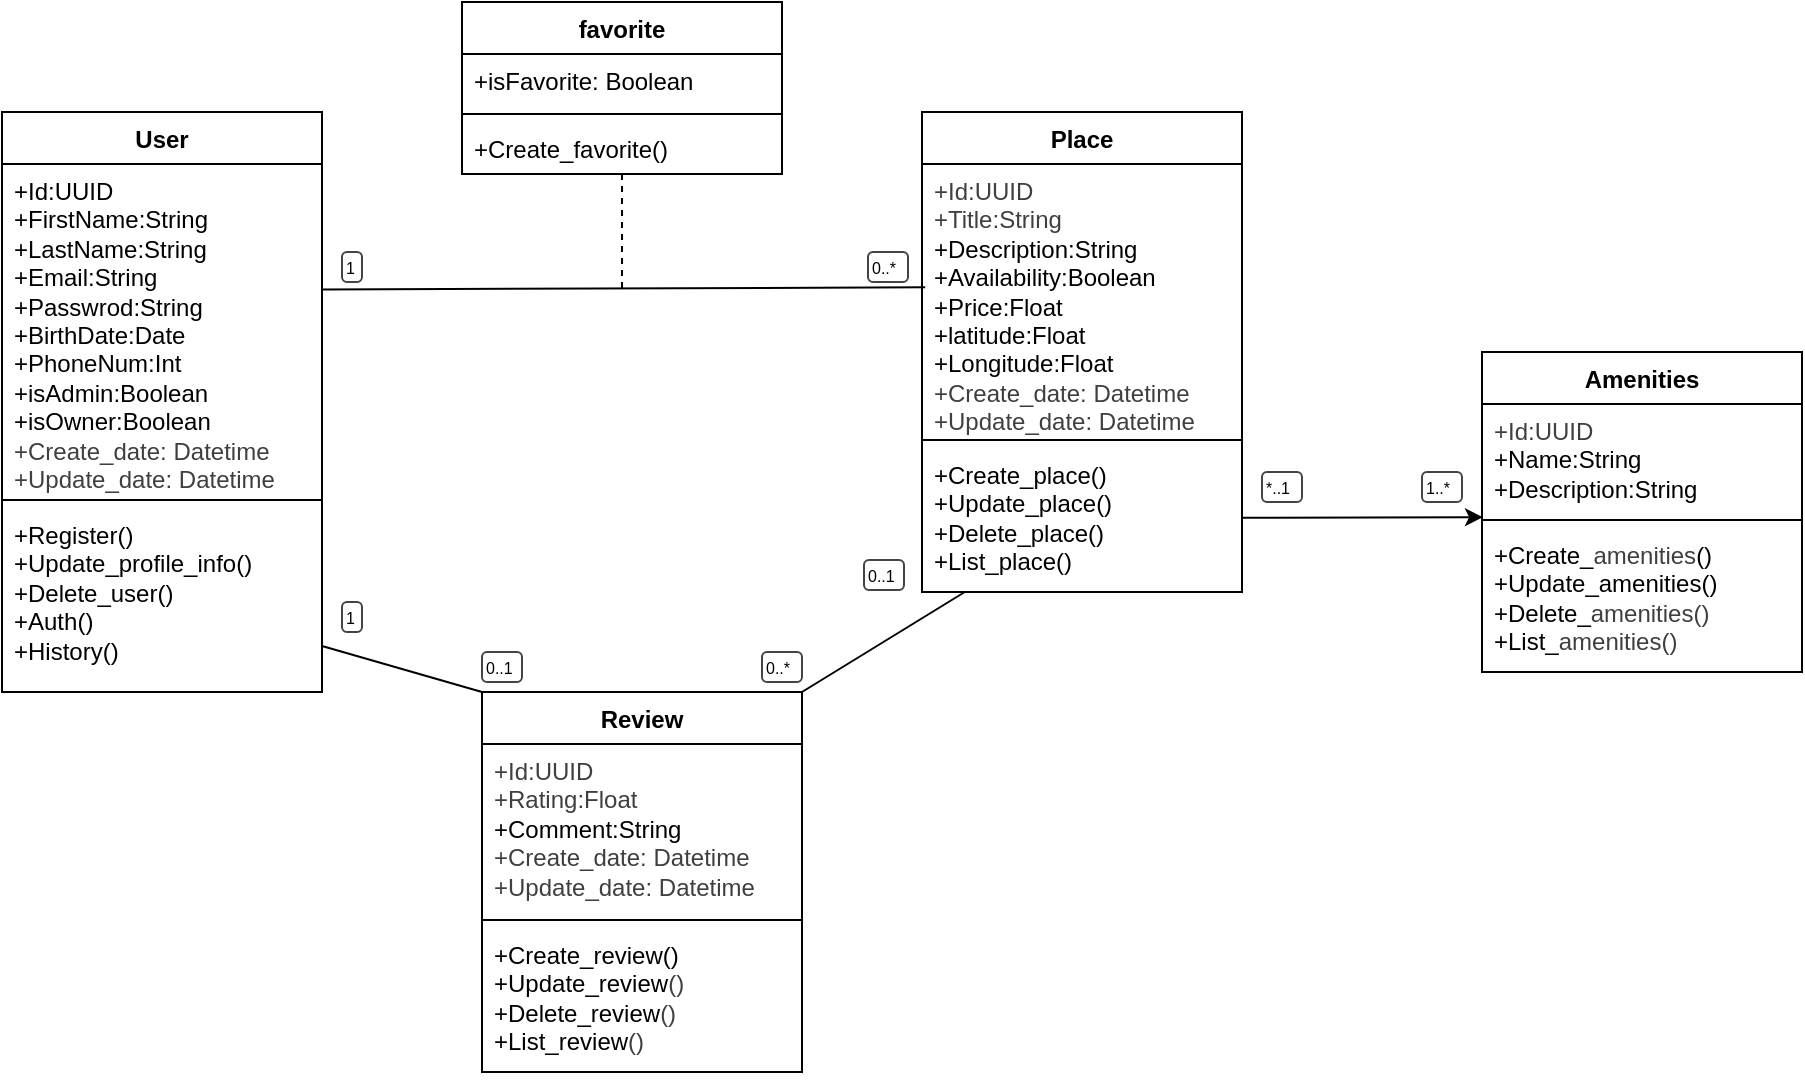
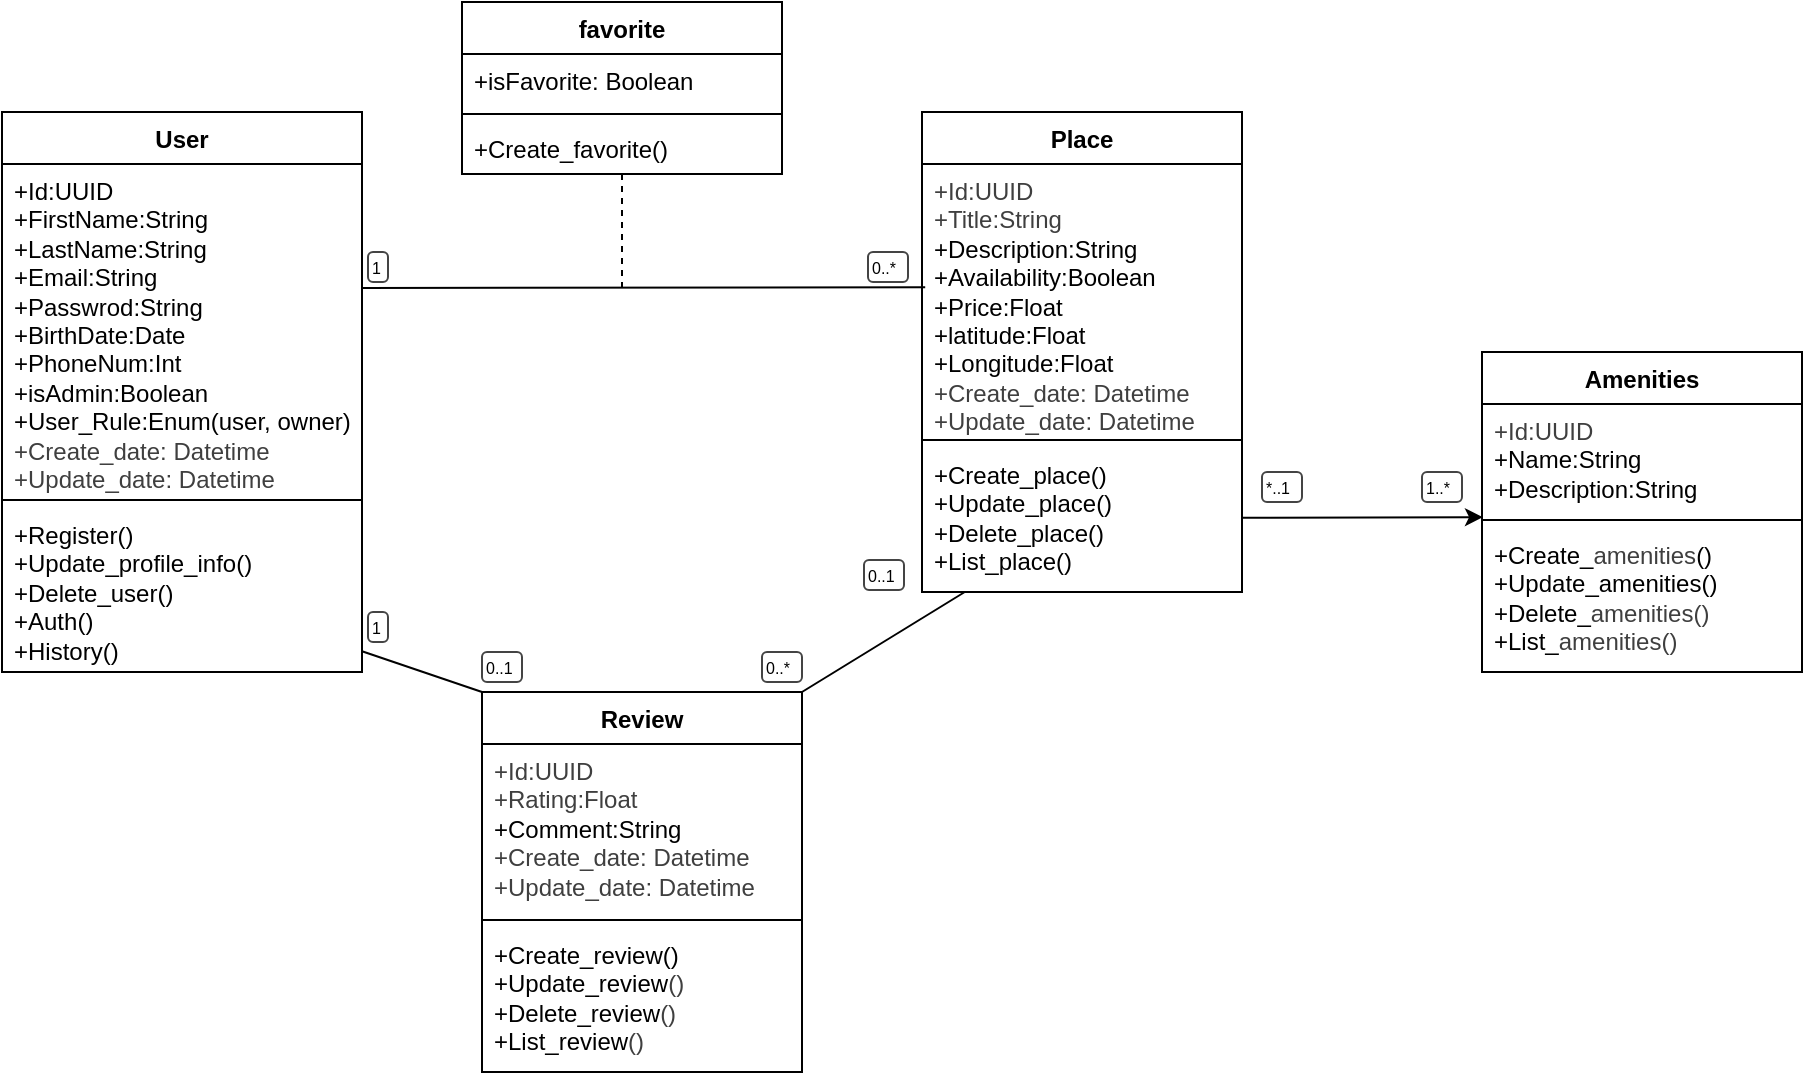
<mxfile host="65bd71144e">
    <diagram id="kGqgn09AhobOn8fxU5_M" name="Page-1">
-         <mxGraphModel dx="1063" dy="751" grid="1" gridSize="10" guides="1" tooltips="1" connect="1" arrows="1" fold="1" page="1" pageScale="1" pageWidth="850" pageHeight="1100" background="#FFFFFF" math="0" shadow="0">
+         <mxGraphModel dx="531" dy="375" grid="1" gridSize="10" guides="1" tooltips="1" connect="1" arrows="1" fold="1" page="1" pageScale="1" pageWidth="850" pageHeight="1100" background="#FFFFFF" math="0" shadow="0">
            <root>
                <mxCell id="0"/>
                <mxCell id="1" parent="0"/>
                <mxCell id="2" value="User" style="swimlane;fontStyle=1;align=center;verticalAlign=top;childLayout=stackLayout;horizontal=1;startSize=26;horizontalStack=0;resizeParent=1;resizeParentMax=0;resizeLast=0;collapsible=1;marginBottom=0;whiteSpace=wrap;html=1;" parent="1" vertex="1">
-                     <mxGeometry x="425" y="338" width="160" height="290" as="geometry"/>
+                     <mxGeometry x="425" y="338" width="180" height="280" as="geometry"/>
                </mxCell>
-                 <mxCell id="3" value="&lt;div&gt;+Id:UUID&lt;/div&gt;&lt;div&gt;&lt;span style=&quot;background-color: transparent;&quot;&gt;+FirstName:String&lt;/span&gt;&lt;/div&gt;&lt;div&gt;&lt;span style=&quot;color: rgb(0, 0, 0);&quot;&gt;+LastName:String&lt;/span&gt;&lt;/div&gt;&lt;div&gt;&lt;span style=&quot;color: rgb(0, 0, 0);&quot;&gt;+Email:String&lt;/span&gt;&lt;span style=&quot;color: rgb(0, 0, 0);&quot;&gt;&lt;/span&gt;&lt;/div&gt;&lt;div&gt;&lt;span style=&quot;color: rgb(0, 0, 0);&quot;&gt;+Passwrod:String&lt;/span&gt;&lt;/div&gt;&lt;div&gt;&lt;span style=&quot;color: rgb(0, 0, 0);&quot;&gt;+BirthDate:Date&lt;/span&gt;&lt;/div&gt;&lt;div&gt;&lt;span style=&quot;color: rgb(0, 0, 0);&quot;&gt;+PhoneNum:Int&lt;/span&gt;&lt;/div&gt;&lt;div&gt;&lt;font color=&quot;#000000&quot;&gt;+isAdmin:Boolean&lt;/font&gt;&lt;/div&gt;&lt;div&gt;&lt;font color=&quot;#000000&quot;&gt;+isOwner:Boolean&lt;/font&gt;&lt;/div&gt;&lt;div&gt;&lt;font color=&quot;#000000&quot;&gt;&lt;div style=&quot;scrollbar-color: rgb(226, 226, 226) rgb(251, 251, 251); color: rgb(63, 63, 63);&quot;&gt;&lt;font style=&quot;color: rgb(63, 63, 63); scrollbar-color: rgb(226, 226, 226) rgb(251, 251, 251);&quot;&gt;+Create_date: Datetime&lt;/font&gt;&lt;/div&gt;&lt;div style=&quot;scrollbar-color: rgb(226, 226, 226) rgb(251, 251, 251); color: rgb(63, 63, 63);&quot;&gt;&lt;font style=&quot;color: rgb(63, 63, 63); scrollbar-color: rgb(226, 226, 226) rgb(251, 251, 251);&quot;&gt;+Update_date: Datetime&lt;/font&gt;&lt;/div&gt;&lt;/font&gt;&lt;/div&gt;" style="text;strokeColor=none;fillColor=none;align=left;verticalAlign=top;spacingLeft=4;spacingRight=4;overflow=hidden;rotatable=0;points=[[0,0.5],[1,0.5]];portConstraint=eastwest;whiteSpace=wrap;html=1;" parent="2" vertex="1">
-                     <mxGeometry y="26" width="160" height="164" as="geometry"/>
+                 <mxCell id="3" value="&lt;div&gt;+Id:UUID&lt;/div&gt;&lt;div&gt;&lt;span style=&quot;background-color: transparent;&quot;&gt;+FirstName:String&lt;/span&gt;&lt;/div&gt;&lt;div&gt;&lt;span style=&quot;color: rgb(0, 0, 0);&quot;&gt;+LastName:String&lt;/span&gt;&lt;/div&gt;&lt;div&gt;&lt;span style=&quot;color: rgb(0, 0, 0);&quot;&gt;+Email:String&lt;/span&gt;&lt;span style=&quot;color: rgb(0, 0, 0);&quot;&gt;&lt;/span&gt;&lt;/div&gt;&lt;div&gt;&lt;span style=&quot;color: rgb(0, 0, 0);&quot;&gt;+Passwrod:String&lt;/span&gt;&lt;/div&gt;&lt;div&gt;&lt;span style=&quot;color: rgb(0, 0, 0);&quot;&gt;+BirthDate:Date&lt;/span&gt;&lt;/div&gt;&lt;div&gt;&lt;span style=&quot;color: rgb(0, 0, 0);&quot;&gt;+PhoneNum:Int&lt;/span&gt;&lt;/div&gt;&lt;div&gt;&lt;font color=&quot;#000000&quot;&gt;+isAdmin:Boolean&lt;/font&gt;&lt;/div&gt;&lt;div&gt;&lt;font color=&quot;#000000&quot;&gt;+User_Rule:Enum(user, owner)&lt;/font&gt;&lt;/div&gt;&lt;div&gt;&lt;font color=&quot;#000000&quot;&gt;&lt;div style=&quot;scrollbar-color: rgb(226, 226, 226) rgb(251, 251, 251); color: rgb(63, 63, 63);&quot;&gt;&lt;font style=&quot;color: rgb(63, 63, 63); scrollbar-color: rgb(226, 226, 226) rgb(251, 251, 251);&quot;&gt;+Create_date: Datetime&lt;/font&gt;&lt;/div&gt;&lt;div style=&quot;scrollbar-color: rgb(226, 226, 226) rgb(251, 251, 251); color: rgb(63, 63, 63);&quot;&gt;&lt;font style=&quot;color: rgb(63, 63, 63); scrollbar-color: rgb(226, 226, 226) rgb(251, 251, 251);&quot;&gt;+Update_date: Datetime&lt;/font&gt;&lt;/div&gt;&lt;/font&gt;&lt;/div&gt;" style="text;strokeColor=none;fillColor=none;align=left;verticalAlign=top;spacingLeft=4;spacingRight=4;overflow=hidden;rotatable=0;points=[[0,0.5],[1,0.5]];portConstraint=eastwest;whiteSpace=wrap;html=1;" parent="2" vertex="1">
+                     <mxGeometry y="26" width="180" height="164" as="geometry"/>
                </mxCell>
                <mxCell id="4" value="" style="line;strokeWidth=1;fillColor=none;align=left;verticalAlign=middle;spacingTop=-1;spacingLeft=3;spacingRight=3;rotatable=0;labelPosition=right;points=[];portConstraint=eastwest;strokeColor=inherit;" parent="2" vertex="1">
-                     <mxGeometry y="190" width="160" height="8" as="geometry"/>
+                     <mxGeometry y="190" width="180" height="8" as="geometry"/>
                </mxCell>
                <mxCell id="5" value="+Register()&lt;div&gt;&lt;div&gt;&lt;div&gt;+Update_profile_info()&lt;/div&gt;&lt;div&gt;+Delete_user()&lt;/div&gt;&lt;div&gt;+Auth()&lt;/div&gt;&lt;div&gt;+History()&lt;/div&gt;&lt;/div&gt;&lt;/div&gt;" style="text;strokeColor=none;fillColor=none;align=left;verticalAlign=top;spacingLeft=4;spacingRight=4;overflow=hidden;rotatable=0;points=[[0,0.5],[1,0.5]];portConstraint=eastwest;whiteSpace=wrap;html=1;" parent="2" vertex="1">
-                     <mxGeometry y="198" width="160" height="92" as="geometry"/>
+                     <mxGeometry y="198" width="180" height="82" as="geometry"/>
                </mxCell>
                <mxCell id="6" value="Place" style="swimlane;fontStyle=1;align=center;verticalAlign=top;childLayout=stackLayout;horizontal=1;startSize=26;horizontalStack=0;resizeParent=1;resizeParentMax=0;resizeLast=0;collapsible=1;marginBottom=0;whiteSpace=wrap;html=1;" parent="1" vertex="1">
                    <mxGeometry x="885" y="338" width="160" height="240" as="geometry"/>
                </mxCell>
                <mxCell id="7" value="&lt;div&gt;&lt;div style=&quot;color: rgb(63, 63, 63); scrollbar-color: rgb(226, 226, 226) rgb(251, 251, 251);&quot;&gt;&lt;div style=&quot;color: rgb(63, 63, 63); scrollbar-color: rgb(226, 226, 226) rgb(251, 251, 251);&quot;&gt;+Id:UUID&lt;/div&gt;&lt;/div&gt;&lt;div style=&quot;color: rgb(63, 63, 63); scrollbar-color: rgb(226, 226, 226) rgb(251, 251, 251);&quot;&gt;&lt;span style=&quot;background-color: transparent;&quot;&gt;+Title:String&lt;/span&gt;&lt;/div&gt;&lt;/div&gt;&lt;div&gt;+Description:String&lt;/div&gt;&lt;div&gt;+Availability:Boolean&lt;/div&gt;&lt;div&gt;+Price:Float&lt;/div&gt;&lt;div&gt;+latitude:Float&lt;/div&gt;&lt;div&gt;+Longitude:Float&lt;/div&gt;&lt;div&gt;&lt;div style=&quot;scrollbar-color: rgb(226, 226, 226) rgb(251, 251, 251); color: rgb(63, 63, 63);&quot;&gt;&lt;font style=&quot;color: rgb(63, 63, 63); scrollbar-color: rgb(226, 226, 226) rgb(251, 251, 251);&quot;&gt;+Create_date: Datetime&lt;/font&gt;&lt;/div&gt;&lt;div style=&quot;scrollbar-color: rgb(226, 226, 226) rgb(251, 251, 251); color: rgb(63, 63, 63);&quot;&gt;&lt;font style=&quot;color: rgb(63, 63, 63); scrollbar-color: rgb(226, 226, 226) rgb(251, 251, 251);&quot;&gt;+Update_date: Datetime&lt;/font&gt;&lt;/div&gt;&lt;/div&gt;" style="text;strokeColor=none;fillColor=none;align=left;verticalAlign=top;spacingLeft=4;spacingRight=4;overflow=hidden;rotatable=0;points=[[0,0.5],[1,0.5]];portConstraint=eastwest;whiteSpace=wrap;html=1;" parent="6" vertex="1">
                    <mxGeometry y="26" width="160" height="134" as="geometry"/>
                </mxCell>
                <mxCell id="8" value="" style="line;strokeWidth=1;fillColor=none;align=left;verticalAlign=middle;spacingTop=-1;spacingLeft=3;spacingRight=3;rotatable=0;labelPosition=right;points=[];portConstraint=eastwest;strokeColor=inherit;" parent="6" vertex="1">
                    <mxGeometry y="160" width="160" height="8" as="geometry"/>
                </mxCell>
                <mxCell id="9" value="+Create_place()&lt;div&gt;+Update_place()&lt;/div&gt;&lt;div&gt;+Delete_place()&lt;/div&gt;&lt;div&gt;+List_place()&lt;/div&gt;" style="text;strokeColor=none;fillColor=none;align=left;verticalAlign=top;spacingLeft=4;spacingRight=4;overflow=hidden;rotatable=0;points=[[0,0.5],[1,0.5]];portConstraint=eastwest;whiteSpace=wrap;html=1;" parent="6" vertex="1">
                    <mxGeometry y="168" width="160" height="72" as="geometry"/>
                </mxCell>
                <mxCell id="10" value="Review" style="swimlane;fontStyle=1;align=center;verticalAlign=top;childLayout=stackLayout;horizontal=1;startSize=26;horizontalStack=0;resizeParent=1;resizeParentMax=0;resizeLast=0;collapsible=1;marginBottom=0;whiteSpace=wrap;html=1;" parent="1" vertex="1">
                    <mxGeometry x="665" y="628" width="160" height="190" as="geometry"/>
                </mxCell>
                <mxCell id="11" value="&lt;div style=&quot;color: rgb(63, 63, 63); scrollbar-color: rgb(226, 226, 226) rgb(251, 251, 251);&quot;&gt;+Id:UUID&lt;/div&gt;&lt;div style=&quot;color: rgb(63, 63, 63); scrollbar-color: rgb(226, 226, 226) rgb(251, 251, 251);&quot;&gt;&lt;span style=&quot;background-color: transparent;&quot;&gt;+Rating:Float&lt;/span&gt;&lt;/div&gt;&lt;div&gt;+Comment:String&lt;/div&gt;&lt;div&gt;&lt;div style=&quot;scrollbar-color: rgb(226, 226, 226) rgb(251, 251, 251); color: rgb(63, 63, 63);&quot;&gt;&lt;font style=&quot;color: rgb(63, 63, 63); scrollbar-color: rgb(226, 226, 226) rgb(251, 251, 251);&quot;&gt;+Create_date: Datetime&lt;/font&gt;&lt;/div&gt;&lt;div style=&quot;scrollbar-color: rgb(226, 226, 226) rgb(251, 251, 251); color: rgb(63, 63, 63);&quot;&gt;&lt;font style=&quot;color: rgb(63, 63, 63); scrollbar-color: rgb(226, 226, 226) rgb(251, 251, 251);&quot;&gt;+Update_date: Datetime&lt;/font&gt;&lt;/div&gt;&lt;/div&gt;" style="text;strokeColor=none;fillColor=none;align=left;verticalAlign=top;spacingLeft=4;spacingRight=4;overflow=hidden;rotatable=0;points=[[0,0.5],[1,0.5]];portConstraint=eastwest;whiteSpace=wrap;html=1;" parent="10" vertex="1">
                    <mxGeometry y="26" width="160" height="84" as="geometry"/>
                </mxCell>
                <mxCell id="12" value="" style="line;strokeWidth=1;fillColor=none;align=left;verticalAlign=middle;spacingTop=-1;spacingLeft=3;spacingRight=3;rotatable=0;labelPosition=right;points=[];portConstraint=eastwest;strokeColor=inherit;" parent="10" vertex="1">
                    <mxGeometry y="110" width="160" height="8" as="geometry"/>
                </mxCell>
                <mxCell id="13" value="+Create_review()&lt;div&gt;+Update_&lt;span style=&quot;color: rgb(0, 0, 0); background-color: transparent;&quot;&gt;review&lt;/span&gt;&lt;span style=&quot;color: rgb(63, 63, 63); background-color: transparent;&quot;&gt;()&lt;/span&gt;&lt;/div&gt;&lt;div&gt;+Delete_&lt;span style=&quot;color: rgb(0, 0, 0); background-color: transparent;&quot;&gt;review&lt;/span&gt;&lt;span style=&quot;color: rgb(63, 63, 63); background-color: transparent;&quot;&gt;()&lt;/span&gt;&lt;/div&gt;&lt;div&gt;+List_&lt;span style=&quot;color: rgb(0, 0, 0); background-color: transparent;&quot;&gt;review&lt;/span&gt;&lt;span style=&quot;color: rgb(63, 63, 63); background-color: transparent;&quot;&gt;()&lt;/span&gt;&lt;/div&gt;" style="text;strokeColor=none;fillColor=none;align=left;verticalAlign=top;spacingLeft=4;spacingRight=4;overflow=hidden;rotatable=0;points=[[0,0.5],[1,0.5]];portConstraint=eastwest;whiteSpace=wrap;html=1;" parent="10" vertex="1">
                    <mxGeometry y="118" width="160" height="72" as="geometry"/>
                </mxCell>
                <mxCell id="15" value="Amenities&lt;div&gt;&lt;br&gt;&lt;/div&gt;" style="swimlane;fontStyle=1;align=center;verticalAlign=top;childLayout=stackLayout;horizontal=1;startSize=26;horizontalStack=0;resizeParent=1;resizeParentMax=0;resizeLast=0;collapsible=1;marginBottom=0;whiteSpace=wrap;html=1;" parent="1" vertex="1">
                    <mxGeometry x="1165" y="458" width="160" height="160" as="geometry"/>
                </mxCell>
                <mxCell id="16" value="&lt;div style=&quot;color: rgb(63, 63, 63); scrollbar-color: rgb(226, 226, 226) rgb(251, 251, 251);&quot;&gt;+Id:UUID&lt;/div&gt;&lt;div&gt;&lt;span style=&quot;background-color: transparent;&quot;&gt;+Name:String&lt;/span&gt;&lt;/div&gt;&lt;div&gt;+Description:String&lt;/div&gt;" style="text;strokeColor=none;fillColor=none;align=left;verticalAlign=top;spacingLeft=4;spacingRight=4;overflow=hidden;rotatable=0;points=[[0,0.5],[1,0.5]];portConstraint=eastwest;whiteSpace=wrap;html=1;" parent="15" vertex="1">
                    <mxGeometry y="26" width="160" height="54" as="geometry"/>
                </mxCell>
                <mxCell id="17" value="" style="line;strokeWidth=1;fillColor=none;align=left;verticalAlign=middle;spacingTop=-1;spacingLeft=3;spacingRight=3;rotatable=0;labelPosition=right;points=[];portConstraint=eastwest;strokeColor=inherit;" parent="15" vertex="1">
                    <mxGeometry y="80" width="160" height="8" as="geometry"/>
                </mxCell>
                <mxCell id="18" value="+Create_&lt;span style=&quot;color: rgb(63, 63, 63);&quot;&gt;amenities&lt;/span&gt;()&lt;div&gt;+Update_amenities()&lt;/div&gt;&lt;div&gt;+Delete_&lt;span style=&quot;color: rgb(63, 63, 63); background-color: transparent;&quot;&gt;amenities&lt;/span&gt;&lt;span style=&quot;color: rgb(63, 63, 63); background-color: transparent;&quot;&gt;()&lt;/span&gt;&lt;/div&gt;&lt;div&gt;+List_&lt;span style=&quot;color: rgb(63, 63, 63); background-color: transparent;&quot;&gt;amenities&lt;/span&gt;&lt;span style=&quot;color: rgb(63, 63, 63); background-color: transparent;&quot;&gt;()&lt;/span&gt;&lt;/div&gt;" style="text;strokeColor=none;fillColor=none;align=left;verticalAlign=top;spacingLeft=4;spacingRight=4;overflow=hidden;rotatable=0;points=[[0,0.5],[1,0.5]];portConstraint=eastwest;whiteSpace=wrap;html=1;" parent="15" vertex="1">
                    <mxGeometry y="88" width="160" height="72" as="geometry"/>
                </mxCell>
                <mxCell id="39" style="edgeStyle=none;html=1;entryX=0.003;entryY=0.32;entryDx=0;entryDy=0;entryPerimeter=0;" parent="1" target="17" edge="1">
                    <mxGeometry relative="1" as="geometry">
                        <mxPoint x="1045.0000000000002" y="540.8571428571429" as="sourcePoint"/>
                        <mxPoint x="1165" y="539" as="targetPoint"/>
                    </mxGeometry>
                </mxCell>
                <mxCell id="41" style="edgeStyle=none;html=1;endArrow=none;endFill=0;entryX=0;entryY=0;entryDx=0;entryDy=0;" parent="1" source="5" target="10" edge="1">
                    <mxGeometry relative="1" as="geometry">
                        <mxPoint x="685" y="618" as="targetPoint"/>
                    </mxGeometry>
                </mxCell>
-                 <mxCell id="42" style="edgeStyle=none;html=1;entryX=0.01;entryY=0.576;entryDx=0;entryDy=0;entryPerimeter=0;endArrow=none;endFill=0;" parent="1" edge="1">
+                 <mxCell id="42" style="edgeStyle=none;html=1;entryX=0.01;entryY=0.576;entryDx=0;entryDy=0;entryPerimeter=0;endArrow=none;endFill=0;exitX=1.002;exitY=0.378;exitDx=0;exitDy=0;exitPerimeter=0;" parent="1" edge="1" source="3">
                    <mxGeometry relative="1" as="geometry">
-                         <mxPoint x="585" y="426.7199161425576" as="sourcePoint"/>
+                         <mxPoint x="610" y="426" as="sourcePoint"/>
                        <mxPoint x="886.6" y="425.664" as="targetPoint"/>
                    </mxGeometry>
                </mxCell>
                <mxCell id="58" style="edgeStyle=none;html=1;dashed=1;endArrow=none;endFill=0;" parent="1" edge="1">
                    <mxGeometry relative="1" as="geometry">
                        <mxPoint x="735" y="428" as="targetPoint"/>
                        <mxPoint x="735" y="369" as="sourcePoint"/>
                    </mxGeometry>
                </mxCell>
                <mxCell id="64" value="favorite" style="swimlane;fontStyle=1;align=center;verticalAlign=top;childLayout=stackLayout;horizontal=1;startSize=26;horizontalStack=0;resizeParent=1;resizeParentMax=0;resizeLast=0;collapsible=1;marginBottom=0;whiteSpace=wrap;html=1;" parent="1" vertex="1">
                    <mxGeometry x="655" y="283" width="160" height="86" as="geometry"/>
                </mxCell>
                <mxCell id="65" value="+isFavorite: Boolean" style="text;strokeColor=none;fillColor=none;align=left;verticalAlign=top;spacingLeft=4;spacingRight=4;overflow=hidden;rotatable=0;points=[[0,0.5],[1,0.5]];portConstraint=eastwest;whiteSpace=wrap;html=1;" parent="64" vertex="1">
                    <mxGeometry y="26" width="160" height="26" as="geometry"/>
                </mxCell>
                <mxCell id="66" value="" style="line;strokeWidth=1;fillColor=none;align=left;verticalAlign=middle;spacingTop=-1;spacingLeft=3;spacingRight=3;rotatable=0;labelPosition=right;points=[];portConstraint=eastwest;strokeColor=inherit;" parent="64" vertex="1">
                    <mxGeometry y="52" width="160" height="8" as="geometry"/>
                </mxCell>
                <mxCell id="67" value="+Create_favorite()" style="text;strokeColor=none;fillColor=none;align=left;verticalAlign=top;spacingLeft=4;spacingRight=4;overflow=hidden;rotatable=0;points=[[0,0.5],[1,0.5]];portConstraint=eastwest;whiteSpace=wrap;html=1;" parent="64" vertex="1">
                    <mxGeometry y="60" width="160" height="26" as="geometry"/>
                </mxCell>
                <mxCell id="75" value="0..*" style="strokeWidth=1;html=1;shadow=0;dashed=0;shape=mxgraph.ios.iTextInput;strokeColor=#444444;buttonText=;fontSize=8;whiteSpace=wrap;align=left;" parent="1" vertex="1">
                    <mxGeometry x="858" y="408" width="20" height="15" as="geometry"/>
                </mxCell>
                <mxCell id="76" value="1" style="strokeWidth=1;html=1;shadow=0;dashed=0;shape=mxgraph.ios.iTextInput;strokeColor=#444444;buttonText=;fontSize=8;whiteSpace=wrap;align=left;" parent="1" vertex="1">
-                     <mxGeometry x="595" y="408" width="10" height="15" as="geometry"/>
+                     <mxGeometry x="608" y="408" width="10" height="15" as="geometry"/>
                </mxCell>
                <mxCell id="77" value="1..*" style="strokeWidth=1;html=1;shadow=0;dashed=0;shape=mxgraph.ios.iTextInput;strokeColor=#444444;buttonText=;fontSize=8;whiteSpace=wrap;align=left;" parent="1" vertex="1">
                    <mxGeometry x="1135" y="518" width="20" height="15" as="geometry"/>
                </mxCell>
                <mxCell id="78" value="*..1" style="strokeWidth=1;html=1;shadow=0;dashed=0;shape=mxgraph.ios.iTextInput;strokeColor=#444444;buttonText=;fontSize=8;whiteSpace=wrap;align=left;" parent="1" vertex="1">
                    <mxGeometry x="1055" y="518" width="20" height="15" as="geometry"/>
                </mxCell>
                <mxCell id="79" value="0..*" style="strokeWidth=1;html=1;shadow=0;dashed=0;shape=mxgraph.ios.iTextInput;strokeColor=#444444;buttonText=;fontSize=8;whiteSpace=wrap;align=left;" parent="1" vertex="1">
                    <mxGeometry x="805" y="608" width="20" height="15" as="geometry"/>
                </mxCell>
                <mxCell id="80" value="0..1" style="strokeWidth=1;html=1;shadow=0;dashed=0;shape=mxgraph.ios.iTextInput;strokeColor=#444444;buttonText=;fontSize=8;whiteSpace=wrap;align=left;" parent="1" vertex="1">
                    <mxGeometry x="856" y="562" width="20" height="15" as="geometry"/>
                </mxCell>
                <mxCell id="81" value="0..1&lt;span style=&quot;font-family: monospace; font-size: 0px; white-space: nowrap;&quot;&gt;%3CmxGraphModel%3E%3Croot%3E%3CmxCell%20id%3D%220%22%2F%3E%3CmxCell%20id%3D%221%22%20parent%3D%220%22%2F%3E%3CmxCell%20id%3D%222%22%20value%3D%221..*%22%20style%3D%22strokeWidth%3D1%3Bhtml%3D1%3Bshadow%3D0%3Bdashed%3D0%3Bshape%3Dmxgraph.ios.iTextInput%3BstrokeColor%3D%23444444%3BbuttonText%3D%3BfontSize%3D8%3BwhiteSpace%3Dwrap%3Balign%3Dleft%3B%22%20vertex%3D%221%22%20parent%3D%221%22%3E%3CmxGeometry%20x%3D%22760%22%20y%3D%22440%22%20width%3D%2220%22%20height%3D%2215%22%20as%3D%22geometry%22%2F%3E%3C%2FmxCell%3E%3C%2Froot%3E%3C%2FmxGraphModel%3E&lt;/span&gt;" style="strokeWidth=1;html=1;shadow=0;dashed=0;shape=mxgraph.ios.iTextInput;strokeColor=#444444;buttonText=;fontSize=8;whiteSpace=wrap;align=left;" parent="1" vertex="1">
                    <mxGeometry x="665" y="608" width="20" height="15" as="geometry"/>
                </mxCell>
                <mxCell id="84" value="1" style="strokeWidth=1;html=1;shadow=0;dashed=0;shape=mxgraph.ios.iTextInput;strokeColor=#444444;buttonText=;fontSize=8;whiteSpace=wrap;align=left;" parent="1" vertex="1">
-                     <mxGeometry x="595" y="583" width="10" height="15" as="geometry"/>
+                     <mxGeometry x="608" y="588" width="10" height="15" as="geometry"/>
                </mxCell>
                <mxCell id="86" style="edgeStyle=none;html=1;endArrow=none;endFill=0;entryX=1;entryY=0;entryDx=0;entryDy=0;" parent="1" source="9" target="10" edge="1">
                    <mxGeometry relative="1" as="geometry">
                        <mxPoint x="788" y="618" as="targetPoint"/>
                    </mxGeometry>
                </mxCell>
            </root>
        </mxGraphModel>
    </diagram>
</mxfile>